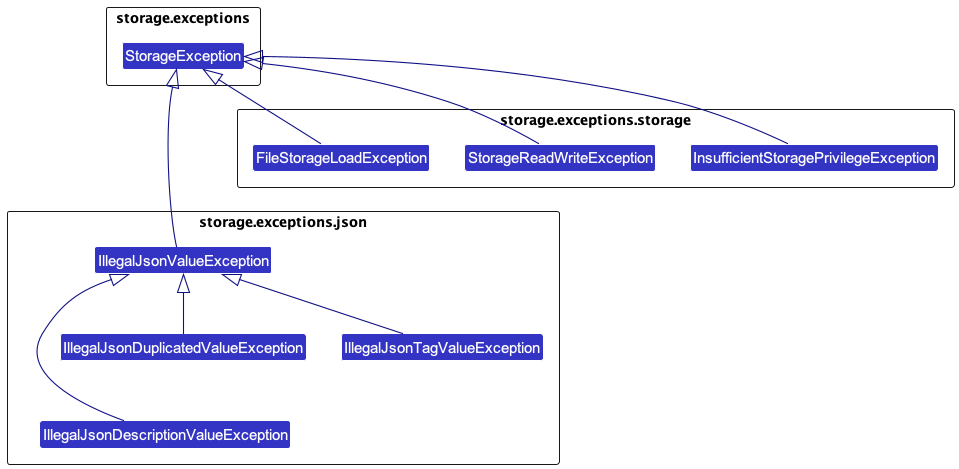
Before: docs/images/exceptions/StorageExceptionDiagram.png, a diagram exported from PlantUML (seantehds/tp).
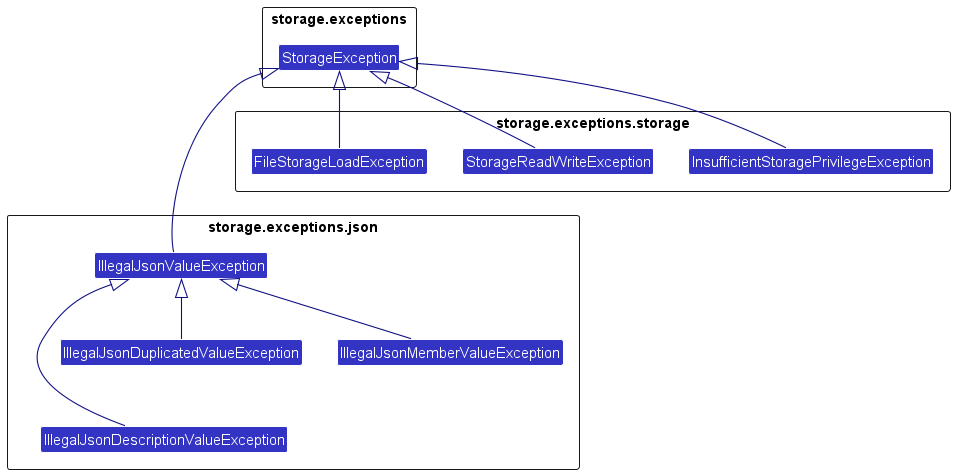
Later version of the same file.

What changed in the source:
```diff
@@ -13,12 +13,12 @@
 package storage.exceptions.json as JsonExceptions; {
     class IllegalJsonDescriptionValueException
     class IllegalJsonDuplicatedValueException
-    class IllegalJsonTagValueException
+    class IllegalJsonMemberValueException
     class IllegalJsonValueException
 
     IllegalJsonDescriptionValueException -up-|> IllegalJsonValueException
     IllegalJsonDuplicatedValueException -up-|> IllegalJsonValueException
-    IllegalJsonTagValueException -up-|> IllegalJsonValueException
+    IllegalJsonMemberValueException -up-|> IllegalJsonValueException
 
     IllegalJsonValueException -up-|> StorageException
     IllegalJsonValueException -[hidden]up--> StorageException
```
